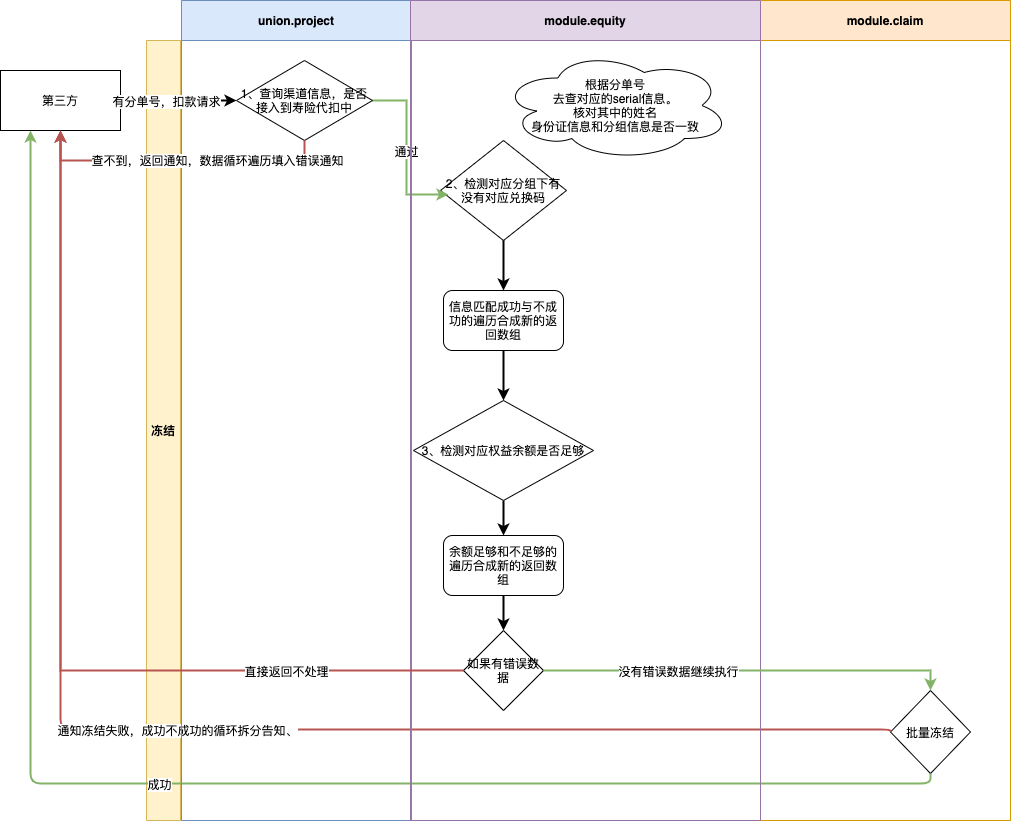
Before: 寿险冻结.png, a diagram exported from draw.io (zuoqiang320/uniondrug). Source tidied: cells renumbered, new cells last; positions are measured from the earlier drawing's top-left corner, leaving out a move shared by most shapes.
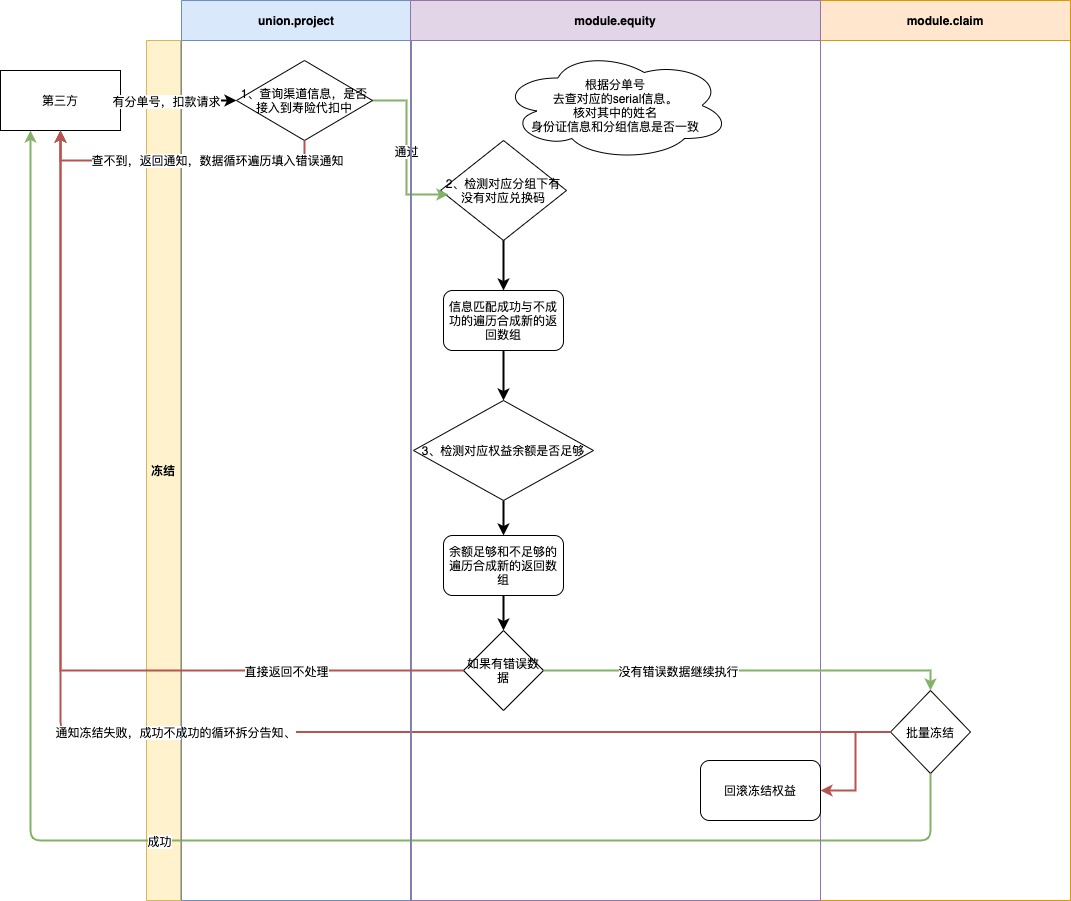
The same file after the commit.

Commit message:
更新寿险冻结.png

What changed in the source:
```diff
@@ -3,7 +3,7 @@
     <mxCell id="0" />
     <mxCell id="1" parent="0" />
     <mxCell id="2" value="冻结" style="swimlane;direction=north;fillColor=#fff2cc;strokeColor=#d6b656;startSize=34;verticalAlign=middle;" parent="1" vertex="1">
-      <mxGeometry x="146" y="40" width="864" height="780" as="geometry" />
+      <mxGeometry x="146" y="40" width="924" height="860" as="geometry" />
     </mxCell>
     <mxCell id="3" style="edgeStyle=orthogonalEdgeStyle;rounded=0;jettySize=auto;html=1;exitX=0.5;exitY=1;exitDx=0;exitDy=0;strokeWidth=2;" parent="2" edge="1" source="4" target="11">
       <mxGeometry relative="1" as="geometry" />
@@ -40,7 +40,7 @@
     <mxCell id="13" style="endArrow=classic;html=1;strokeWidth=2;exitX=0;exitY=0.5;exitDx=0;exitDy=0;entryX=0.5;entryY=1;entryDx=0;entryDy=0;edgeStyle=orthogonalEdgeStyle;fillColor=#f8cecc;strokeColor=#b85450;" parent="1" edge="1" source="6" target="12">
       <mxGeometry relative="1" as="geometry">
         <Array as="points">
-          <mxPoint x="60" y="729" />
+          <mxPoint x="60" y="732" />
         </Array>
       </mxGeometry>
     </mxCell>
@@ -48,19 +48,24 @@
       <mxGeometry relative="1" as="geometry" />
     </mxCell>
     <mxCell id="15" style="endArrow=classic;html=1;strokeWidth=2;exitX=0.5;exitY=1;exitDx=0;exitDy=0;entryX=0.25;entryY=1;entryDx=0;entryDy=0;edgeStyle=orthogonalEdgeStyle;fillColor=#d5e8d4;strokeColor=#82b366;" parent="1" edge="1" source="6" target="12">
-      <mxGeometry relative="1" as="geometry" />
+      <mxGeometry relative="1" as="geometry">
+        <Array as="points">
+          <mxPoint x="930" y="840" />
+          <mxPoint x="30" y="840" />
+        </Array>
+      </mxGeometry>
     </mxCell>
     <mxCell id="16" value="成功" style="edgeLabel;html=1;align=center;verticalAlign=middle;" parent="15" vertex="1">
       <mxGeometry relative="1" as="geometry" />
     </mxCell>
     <mxCell id="17" value="module.claim" style="swimlane;startSize=40;fillColor=#ffe6cc;strokeColor=#d79b00;" parent="1" vertex="1">
-      <mxGeometry x="760" width="250" height="820" as="geometry" />
+      <mxGeometry x="820" width="250" height="900" as="geometry" />
     </mxCell>
     <mxCell id="18" value="union.project" style="swimlane;startSize=40;fillColor=#dae8fc;strokeColor=#6c8ebf;" parent="1" vertex="1">
-      <mxGeometry x="181" width="230" height="820" as="geometry" />
+      <mxGeometry x="181" width="230" height="900" as="geometry" />
     </mxCell>
     <mxCell id="19" value="module.equity" style="swimlane;startSize=40;fillColor=#e1d5e7;strokeColor=#9673a6;strokeWidth=1;" parent="1" vertex="1">
-      <mxGeometry x="410" width="350" height="820" as="geometry" />
+      <mxGeometry x="410" width="410" height="900" as="geometry" />
     </mxCell>
     <mxCell id="20" value="根据分单号&lt;br&gt;去查对应的serial信息。&lt;br&gt;核对其中的姓名&lt;br&gt;身份证信息和分组信息是否一致" style="ellipse;shape=cloud;whiteSpace=wrap;html=1;" parent="19" vertex="1">
       <mxGeometry x="90" y="50" width="230" height="110" as="geometry" />
@@ -71,6 +76,9 @@
     <mxCell id="22" value="如果有错误数据" style="rhombus;whiteSpace=wrap;html=1;" parent="19" vertex="1">
       <mxGeometry x="53" y="630" width="80" height="80" as="geometry" />
     </mxCell>
+    <mxCell id="33" value="回滚冻结权益" style="rounded=1;whiteSpace=wrap;html=1;" parent="19" vertex="1">
+      <mxGeometry x="290" y="760" width="120" height="60" as="geometry" />
+    </mxCell>
     <mxCell id="23" value="有分单号，扣款请求" style="edgeLabel;html=1;align=center;verticalAlign=middle;" parent="1" vertex="1">
       <mxGeometry x="165" y="100" as="geometry" />
     </mxCell>
@@ -101,5 +109,8 @@
     <mxCell id="32" value="没有错误数据继续执行" style="edgeLabel;html=1;align=center;verticalAlign=middle;" parent="31" vertex="1">
       <mxGeometry x="-0.34" relative="1" as="geometry" />
     </mxCell>
+    <mxCell id="34" style="edgeStyle=orthogonalEdgeStyle;rounded=0;jettySize=auto;html=1;exitX=0;exitY=0.5;exitDx=0;exitDy=0;strokeWidth=2;fillColor=#f8cecc;strokeColor=#b85450;" parent="1" edge="1" source="6" target="33">
+      <mxGeometry relative="1" as="geometry" />
+    </mxCell>
   </root>
 </mxGraphModel>
```
